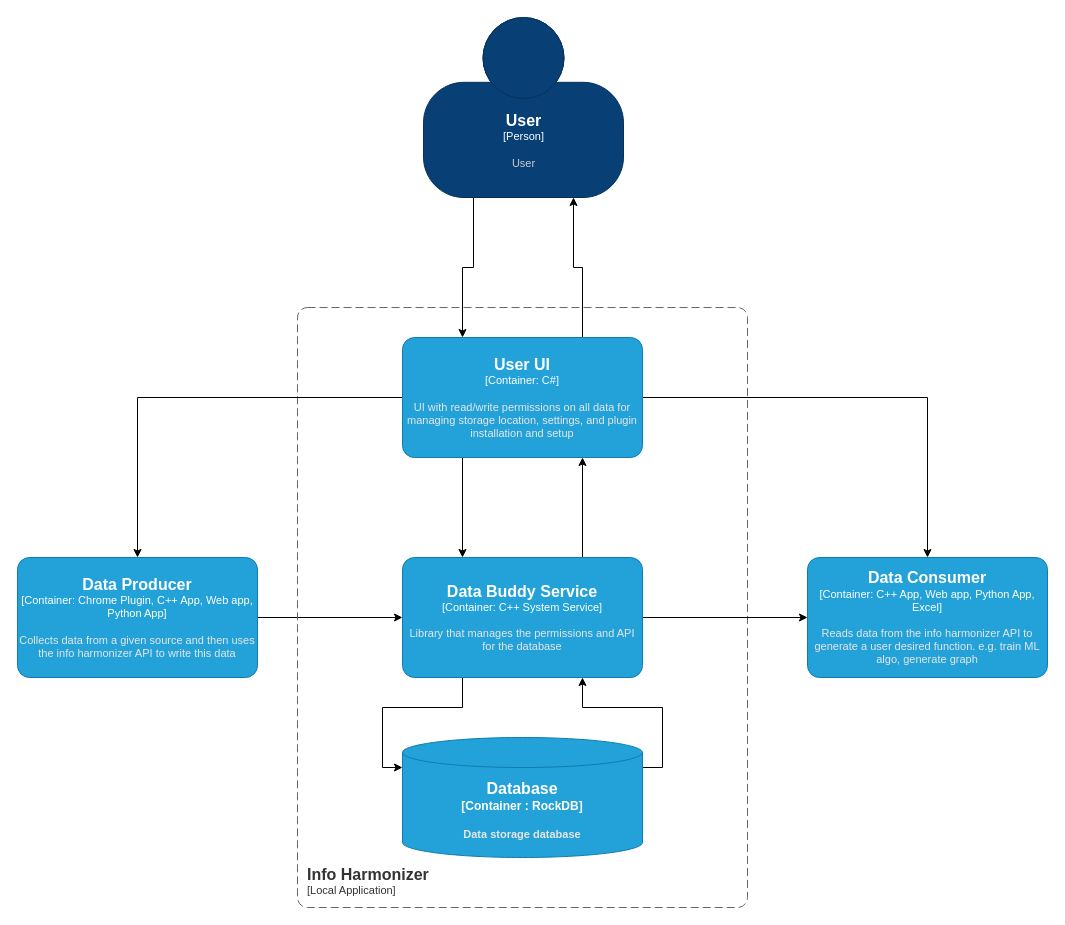
mmartin4972/data-buddy keeps this draw.io diagram as page "Container" (2 of 4) of docs/data_buddy_architecture.drawio. Above is the earlier version. Source tidied: cells renumbered, new cells numbered last; positions are measured from the earlier drawing's top-left corner, leaving out a move shared by most shapes. Both pictures are drawn from the tidied source at 100%, with x=0, y=0 at pixel (17, 17).
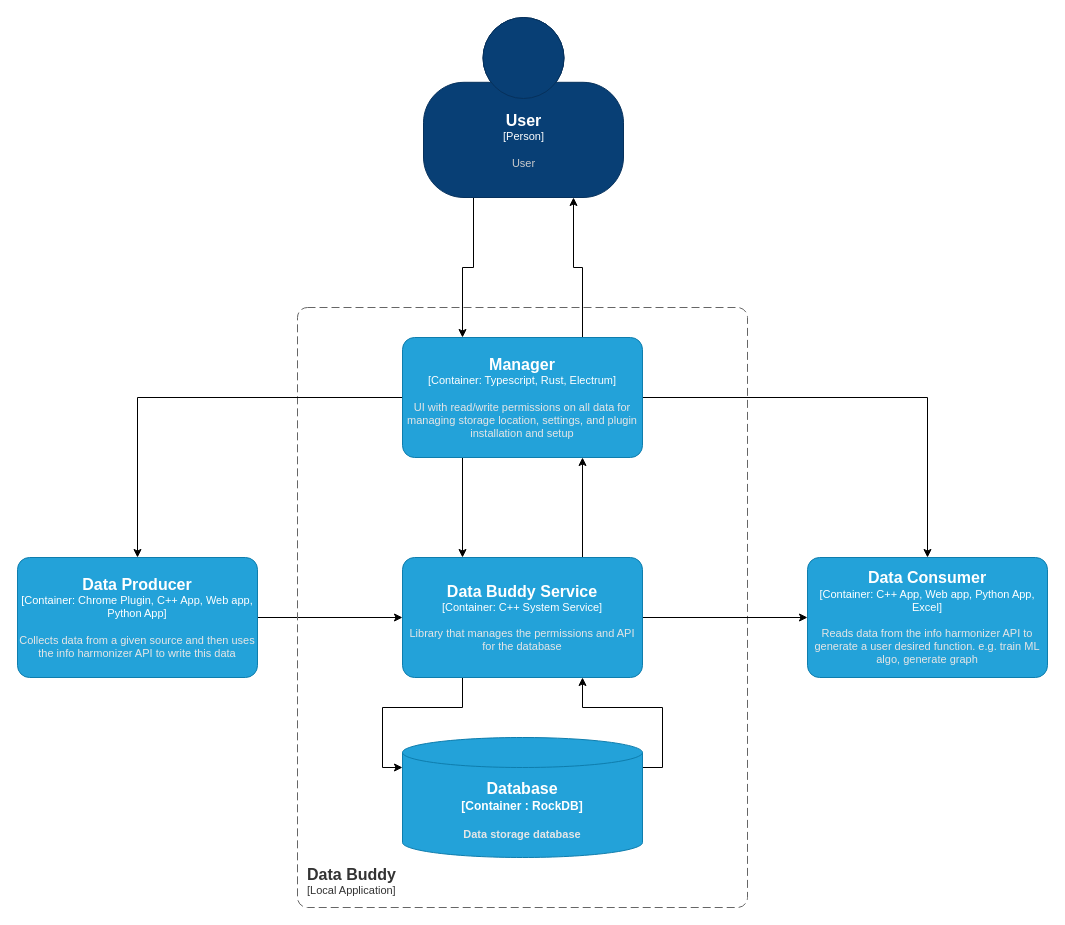
Above is the later version.

Diff of the diagram source:
```diff
@@
-    <object id="7" label="&lt;font style=&quot;font-size: 16px&quot;&gt;&lt;b&gt;&lt;div style=&quot;text-align: left&quot;&gt;%c4Name%&lt;/div&gt;&lt;/b&gt;&lt;/font&gt;&lt;div style=&quot;text-align: left&quot;&gt;[%c4Application%]&lt;/div&gt;" c4Application="Local Application" c4Name="Info Harmonizer" placeholders="1">
+    <object id="7" label="&lt;font style=&quot;font-size: 16px&quot;&gt;&lt;b&gt;&lt;div style=&quot;text-align: left&quot;&gt;%c4Name%&lt;/div&gt;&lt;/b&gt;&lt;/font&gt;&lt;div style=&quot;text-align: left&quot;&gt;[%c4Application%]&lt;/div&gt;" c4Application="Local Application" c4Name="Data Buddy" placeholders="1">
       <mxCell style="rounded=1;fontSize=11;whiteSpace=wrap;html=1;dashed=1;arcSize=20;fillColor=none;strokeColor=#666666;fontColor=#333333;labelBackgroundColor=none;align=left;verticalAlign=bottom;labelBorderColor=none;spacingTop=0;spacing=10;dashPattern=8 4;perimeter=rectanglePerimeter;noLabel=0;labelPadding=0;absoluteArcSize=1;" parent="1" vertex="1">
         <mxGeometry x="280" y="290" width="450" height="600" as="geometry" />
       </mxCell>
     </object>
@@
-    <object id="12" label="&lt;font style=&quot;font-size: 16px&quot;&gt;&lt;b&gt;%c4Name%&lt;/b&gt;&lt;/font&gt;&lt;div&gt;[%c4Type%: %c4Technology%]&lt;/div&gt;&lt;br&gt;&lt;div&gt;&lt;font style=&quot;font-size: 11px&quot;&gt;&lt;font color=&quot;#E6E6E6&quot;&gt;%c4Description%&lt;/font&gt;&lt;/div&gt;" c4Description="UI with read/write permissions on all data for managing storage location, settings, and plugin installation and setup" c4Name="User UI" c4Technology="C#" c4Type="Container" placeholders="1">
+    <object id="12" label="&lt;font style=&quot;font-size: 16px&quot;&gt;&lt;b&gt;%c4Name%&lt;/b&gt;&lt;/font&gt;&lt;div&gt;[%c4Type%: %c4Technology%]&lt;/div&gt;&lt;br&gt;&lt;div&gt;&lt;font style=&quot;font-size: 11px&quot;&gt;&lt;font color=&quot;#E6E6E6&quot;&gt;%c4Description%&lt;/font&gt;&lt;/div&gt;" c4Description="UI with read/write permissions on all data for managing storage location, settings, and plugin installation and setup" c4Name="Manager" c4Technology="Typescript, Rust, Electrum" c4Type="Container" placeholders="1">
       <mxCell style="rounded=1;whiteSpace=wrap;html=1;fontSize=11;labelBackgroundColor=none;fillColor=#23A2D9;fontColor=#ffffff;align=center;arcSize=10;strokeColor=#0E7DAD;points=[[0.25,0,0],[0.5,0,0],[0.75,0,0],[1,0.25,0],[1,0.5,0],[1,0.75,0],[0.75,1,0],[0.5,1,0],[0.25,1,0],[0,0.75,0],[0,0.5,0],[0,0.25,0]];" parent="1" vertex="1">
         <mxGeometry x="385" y="320" width="240" height="120" as="geometry" />
       </mxCell>
     </object>
```
